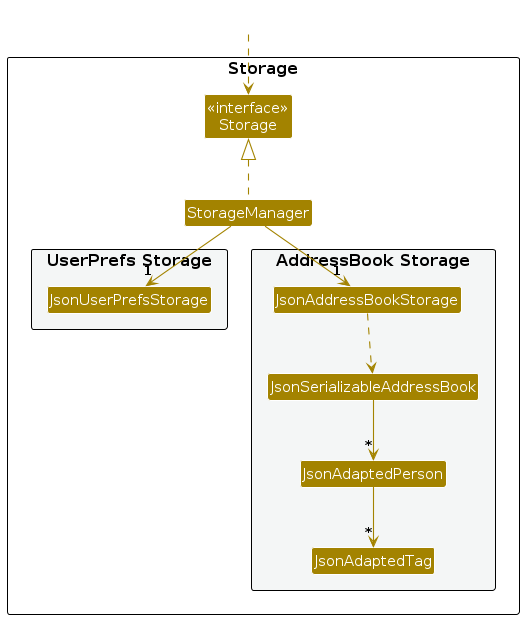
Before: diagrams/StorageClassDiagram.png, a diagram exported from PlantUML (AY2627S1-CS2103T-W12-4/tp). Its source is kept beside it as diagrams/StorageClassDiagram.puml. The source it was exported from:
```plantuml
@startuml
!include style.puml
skinparam arrowThickness 1.1
skinparam arrowColor STORAGE_COLOR
skinparam classBackgroundColor STORAGE_COLOR

package Storage as StoragePackage {

Class "<<interface>>\nStorage" as Storage
Class StorageManager

package "UserPrefs Storage" #F4F6F6{
Class JsonUserPrefsStorage
}

package "AddressBook Storage" #F4F6F6{
Class JsonAddressBookStorage
Class JsonSerializableAddressBook
Class JsonAdaptedPerson
Class JsonAdaptedTag
}

}

Class HiddenOutside #FFFFFF
HiddenOutside ..> Storage

StorageManager .up.|> Storage
StorageManager -down-> "1" JsonUserPrefsStorage
StorageManager -down-> "1" JsonAddressBookStorage

JsonAddressBookStorage ..> JsonSerializableAddressBook
JsonSerializableAddressBook --> "*" JsonAdaptedPerson
JsonAdaptedPerson --> "*" JsonAdaptedTag

@enduml
```
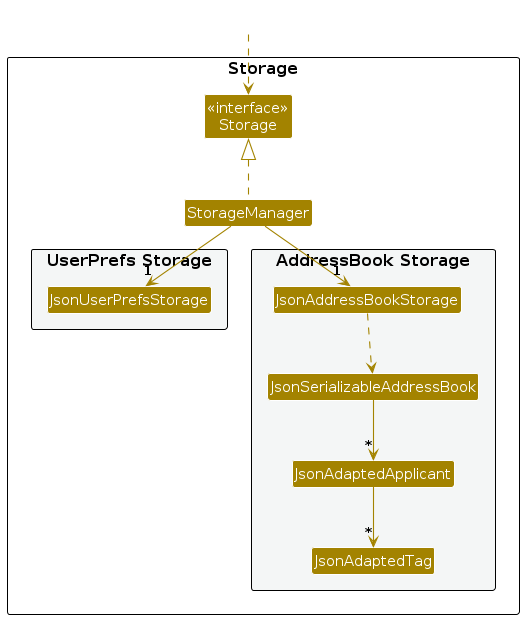
Later version of the same file.

What changed in the source:
```diff
@@ -16,7 +16,7 @@
 package "AddressBook Storage" #F4F6F6{
 Class JsonAddressBookStorage
 Class JsonSerializableAddressBook
-Class JsonAdaptedPerson
+Class JsonAdaptedApplicant
 Class JsonAdaptedTag
 }
 
@@ -30,7 +30,7 @@
 StorageManager -down-> "1" JsonAddressBookStorage
 
 JsonAddressBookStorage ..> JsonSerializableAddressBook
-JsonSerializableAddressBook --> "*" JsonAdaptedPerson
-JsonAdaptedPerson --> "*" JsonAdaptedTag
+JsonSerializableAddressBook --> "*" JsonAdaptedApplicant
+JsonAdaptedApplicant --> "*" JsonAdaptedTag
 
 @enduml
```
